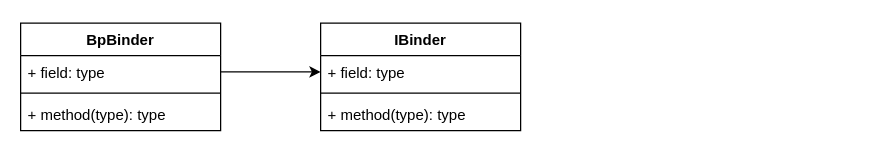
Above: binder/diagram/Untitled Diagram.drawio in cuijpus/Android (draw.io), before the change. Source tidied: cells renumbered, new cells numbered last; positions are measured from the earlier drawing's top-left corner, leaving out a move shared by most shapes. Both pictures are drawn from the tidied source at 125%, with x=0, y=0 at pixel (20, 22).
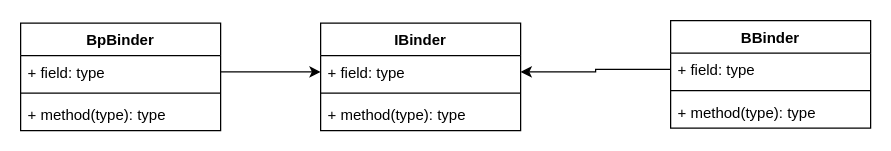
Above is the later version.

What changed in the source:
```diff
@@
 <mxGraphModel>
   <root>
     <mxCell id="0" />
     <mxCell id="1" parent="0" />
     <mxCell id="2" value="IBinder" style="swimlane;fontStyle=1;align=center;verticalAlign=top;horizontal=1;startSize=26;" parent="1" vertex="1">
       <mxGeometry x="240" width="160" height="86" as="geometry" />
     </mxCell>
     <mxCell id="3" value="+ field: type" style="text;strokeColor=none;fillColor=none;align=left;verticalAlign=top;spacingLeft=4;spacingRight=4;overflow=hidden;points=[[0,0.5],[1,0.5]];portConstraint=eastwest;" parent="2" vertex="1">
       <mxGeometry y="26" width="160" height="26" as="geometry" />
     </mxCell>
     <mxCell id="4" style="line;strokeWidth=1;fillColor=none;align=left;verticalAlign=middle;spacingTop=-1;spacingLeft=3;spacingRight=3;labelPosition=right;" parent="2" vertex="1">
       <mxGeometry y="52" width="160" height="8" as="geometry" />
     </mxCell>
     <mxCell id="5" value="+ method(type): type" style="text;strokeColor=none;fillColor=none;align=left;verticalAlign=top;spacingLeft=4;spacingRight=4;overflow=hidden;" parent="2" vertex="1">
       <mxGeometry y="60" width="160" height="26" as="geometry" />
     </mxCell>
     <mxCell id="6" style="edgeStyle=orthogonalEdgeStyle;rounded=0;jettySize=auto;html=1;exitX=1;exitY=0.5;exitDx=0;exitDy=0;entryX=0;entryY=0.5;entryDx=0;entryDy=0;" parent="1" edge="1" source="8" target="3">
       <mxGeometry relative="1" as="geometry" />
     </mxCell>
     <mxCell id="7" value="BpBinder" style="swimlane;fontStyle=1;align=center;verticalAlign=top;horizontal=1;startSize=26;" parent="1" vertex="1">
       <mxGeometry width="160" height="86" as="geometry" />
     </mxCell>
     <mxCell id="8" value="+ field: type" style="text;strokeColor=none;fillColor=none;align=left;verticalAlign=top;spacingLeft=4;spacingRight=4;overflow=hidden;points=[[0,0.5],[1,0.5]];portConstraint=eastwest;" parent="7" vertex="1">
       <mxGeometry y="26" width="160" height="26" as="geometry" />
     </mxCell>
     <mxCell id="9" style="line;strokeWidth=1;fillColor=none;align=left;verticalAlign=middle;spacingTop=-1;spacingLeft=3;spacingRight=3;labelPosition=right;" parent="7" vertex="1">
       <mxGeometry y="52" width="160" height="8" as="geometry" />
     </mxCell>
     <mxCell id="10" value="+ method(type): type" style="text;strokeColor=none;fillColor=none;align=left;verticalAlign=top;spacingLeft=4;spacingRight=4;overflow=hidden;" parent="7" vertex="1">
       <mxGeometry y="60" width="160" height="26" as="geometry" />
     </mxCell>
+    <mxCell id="11" value="BBinder&#10;&#10;" style="swimlane;fontStyle=1;align=center;verticalAlign=top;horizontal=1;startSize=26;" parent="1" vertex="1">
+      <mxGeometry x="520" y="-2" width="160" height="86" as="geometry" />
+    </mxCell>
+    <mxCell id="12" value="+ field: type" style="text;strokeColor=none;fillColor=none;align=left;verticalAlign=top;spacingLeft=4;spacingRight=4;overflow=hidden;points=[[0,0.5],[1,0.5]];portConstraint=eastwest;" parent="11" vertex="1">
+      <mxGeometry y="26" width="160" height="26" as="geometry" />
+    </mxCell>
+    <mxCell id="13" style="line;strokeWidth=1;fillColor=none;align=left;verticalAlign=middle;spacingTop=-1;spacingLeft=3;spacingRight=3;labelPosition=right;" parent="11" vertex="1">
+      <mxGeometry y="52" width="160" height="8" as="geometry" />
+    </mxCell>
+    <mxCell id="14" value="+ method(type): type" style="text;strokeColor=none;fillColor=none;align=left;verticalAlign=top;spacingLeft=4;spacingRight=4;overflow=hidden;" parent="11" vertex="1">
+      <mxGeometry y="60" width="160" height="26" as="geometry" />
+    </mxCell>
+    <mxCell id="15" style="edgeStyle=orthogonalEdgeStyle;rounded=0;jettySize=auto;html=1;exitX=0;exitY=0.5;exitDx=0;exitDy=0;entryX=1;entryY=0.5;entryDx=0;entryDy=0;" parent="1" edge="1" source="12" target="3">
+      <mxGeometry relative="1" as="geometry" />
+    </mxCell>
   </root>
 </mxGraphModel>
```
